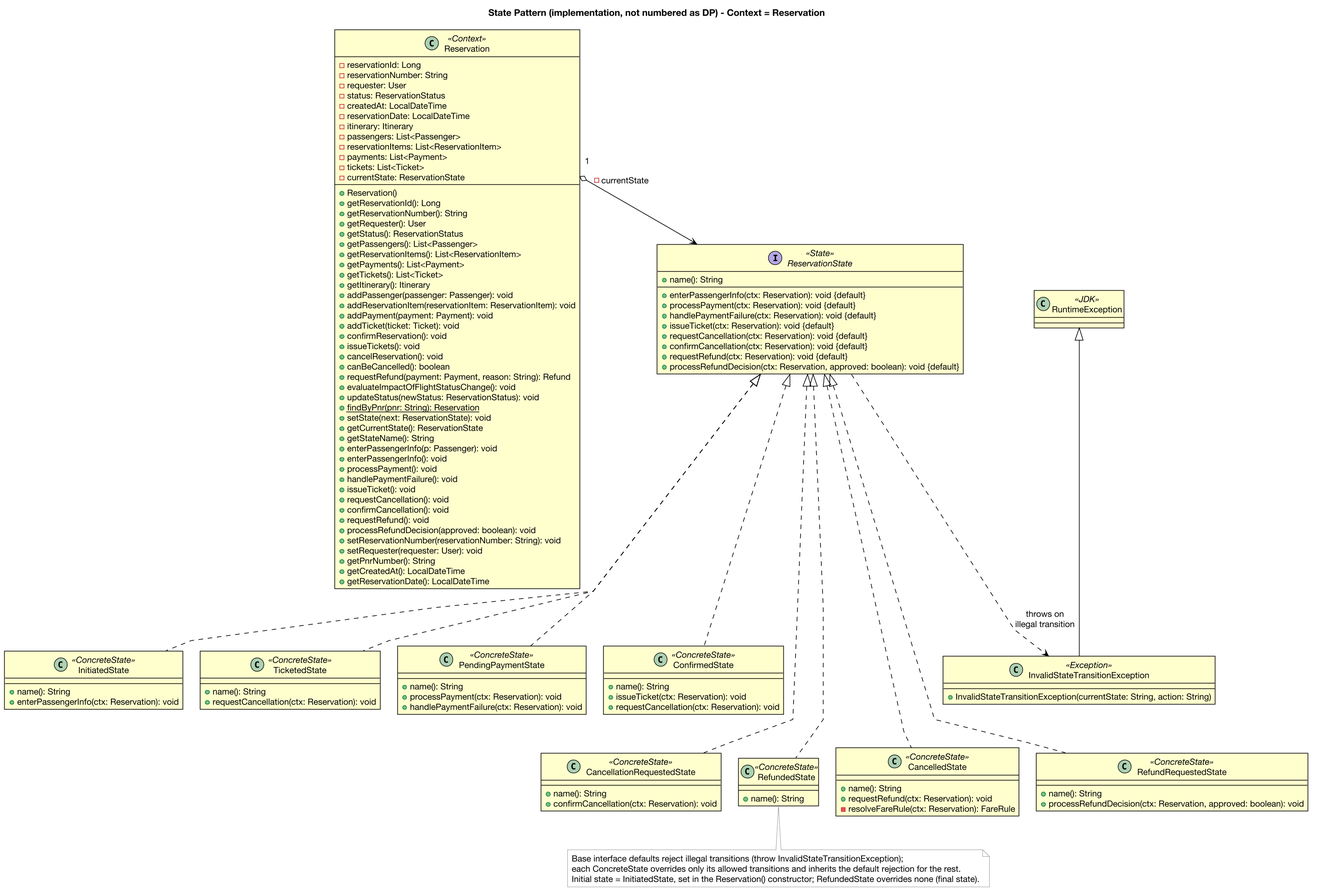
Above: docs/iteration-reports/iter4-deck-simple/assets/dg-state-impl.png in gimjungwook/KoreanAirReservationDomain (PlantUML), before the change. Its diagram source:
```plantuml
@startuml state-impl
skinparam backgroundColor #FFFFFF
skinparam shadowing false
skinparam roundcorner 0
skinparam linetype polyline
skinparam nodesep 26
skinparam ranksep 50
skinparam defaultFontName "Helvetica Neue"
skinparam defaultFontSize 13
skinparam dpi 150
skinparam class {
  BackgroundColor #FFFFCE
  BorderColor #000000
  BorderThickness 1
  ArrowColor #000000
  ArrowThickness 1
  FontColor #000000
  FontName "Helvetica Neue"
  AttributeFontColor #000000
  AttributeFontName "Helvetica Neue"
  StereotypeFontColor #000000
}
skinparam note {
  BackgroundColor #FFFFFF
  BorderColor #777777
  FontColor #000000
}

title State Pattern (implementation, not numbered as DP) - Context = Reservation

class Reservation <<Context>> {
  -reservationId: Long
  -reservationNumber: String
  -requester: User
  -status: ReservationStatus
  -createdAt: LocalDateTime
  -reservationDate: LocalDateTime
  -itinerary: Itinerary
  -passengers: List<Passenger>
  -reservationItems: List<ReservationItem>
  -payments: List<Payment>
  -tickets: List<Ticket>
  -currentState: ReservationState
  --
  +Reservation()
  +getReservationId(): Long
  +getReservationNumber(): String
  +getRequester(): User
  +getStatus(): ReservationStatus
  +getPassengers(): List<Passenger>
  +getReservationItems(): List<ReservationItem>
  +getPayments(): List<Payment>
  +getTickets(): List<Ticket>
  +getItinerary(): Itinerary
  +addPassenger(passenger: Passenger): void
  +addReservationItem(reservationItem: ReservationItem): void
  +addPayment(payment: Payment): void
  +addTicket(ticket: Ticket): void
  +confirmReservation(): void
  +issueTickets(): void
  +cancelReservation(): void
  +canBeCancelled(): boolean
  +requestRefund(payment: Payment, reason: String): Refund
  +evaluateImpactOfFlightStatusChange(): void
  +updateStatus(newStatus: ReservationStatus): void
  +findByPnr(pnr: String): Reservation {static}
  +setState(next: ReservationState): void
  +getCurrentState(): ReservationState
  +getStateName(): String
  +enterPassengerInfo(p: Passenger): void
  +enterPassengerInfo(): void
  +processPayment(): void
  +handlePaymentFailure(): void
  +issueTicket(): void
  +requestCancellation(): void
  +confirmCancellation(): void
  +requestRefund(): void
  +processRefundDecision(approved: boolean): void
  +setReservationNumber(reservationNumber: String): void
  +setRequester(requester: User): void
  +getPnrNumber(): String
  +getCreatedAt(): LocalDateTime
  +getReservationDate(): LocalDateTime
}

interface ReservationState <<State>> {
  +name(): String
  --
  +enterPassengerInfo(ctx: Reservation): void {default}
  +processPayment(ctx: Reservation): void {default}
  +handlePaymentFailure(ctx: Reservation): void {default}
  +issueTicket(ctx: Reservation): void {default}
  +requestCancellation(ctx: Reservation): void {default}
  +confirmCancellation(ctx: Reservation): void {default}
  +requestRefund(ctx: Reservation): void {default}
  +processRefundDecision(ctx: Reservation, approved: boolean): void {default}
}

class InvalidStateTransitionException <<Exception>> {
  +InvalidStateTransitionException(currentState: String, action: String)
}
class RuntimeException <<JDK>> {
}

together {
  class InitiatedState <<ConcreteState>> {
    +name(): String
    +enterPassengerInfo(ctx: Reservation): void
  }
  class PendingPaymentState <<ConcreteState>> {
    +name(): String
    +processPayment(ctx: Reservation): void
    +handlePaymentFailure(ctx: Reservation): void
  }
  class ConfirmedState <<ConcreteState>> {
    +name(): String
    +issueTicket(ctx: Reservation): void
    +requestCancellation(ctx: Reservation): void
  }
  class TicketedState <<ConcreteState>> {
    +name(): String
    +requestCancellation(ctx: Reservation): void
  }
}

together {
  class CancellationRequestedState <<ConcreteState>> {
    +name(): String
    +confirmCancellation(ctx: Reservation): void
  }
  class CancelledState <<ConcreteState>> {
    +name(): String
    +requestRefund(ctx: Reservation): void
    -resolveFareRule(ctx: Reservation): FareRule
  }
  class RefundRequestedState <<ConcreteState>> {
    +name(): String
    +processRefundDecision(ctx: Reservation, approved: boolean): void
  }
  class RefundedState <<ConcreteState>> {
    +name(): String
  }
}

Reservation::currentState "1" o-right-> ReservationState : -currentState

ReservationState ..> InvalidStateTransitionException : throws on\nillegal transition
RuntimeException <|-- InvalidStateTransitionException

ReservationState <|.. InitiatedState
ReservationState <|.. PendingPaymentState
ReservationState <|.. ConfirmedState
ReservationState <|.. TicketedState
ReservationState <|.. CancellationRequestedState
ReservationState <|.. CancelledState
ReservationState <|.. RefundRequestedState
ReservationState <|.. RefundedState

InitiatedState -[hidden]right- PendingPaymentState
PendingPaymentState -[hidden]right- ConfirmedState
ConfirmedState -[hidden]right- TicketedState
CancellationRequestedState -[hidden]right- CancelledState
CancelledState -[hidden]right- RefundRequestedState
RefundRequestedState -[hidden]right- RefundedState
InitiatedState -[hidden]down- CancellationRequestedState
TicketedState -[hidden]down- RefundedState

note bottom of RefundedState : Base interface defaults reject illegal transitions (throw InvalidStateTransitionException);\neach ConcreteState overrides only its allowed transitions and inherits the default rejection for the rest.\nInitial state = InitiatedState, set in the Reservation() constructor; RefundedState overrides none (final state).
@enduml
```
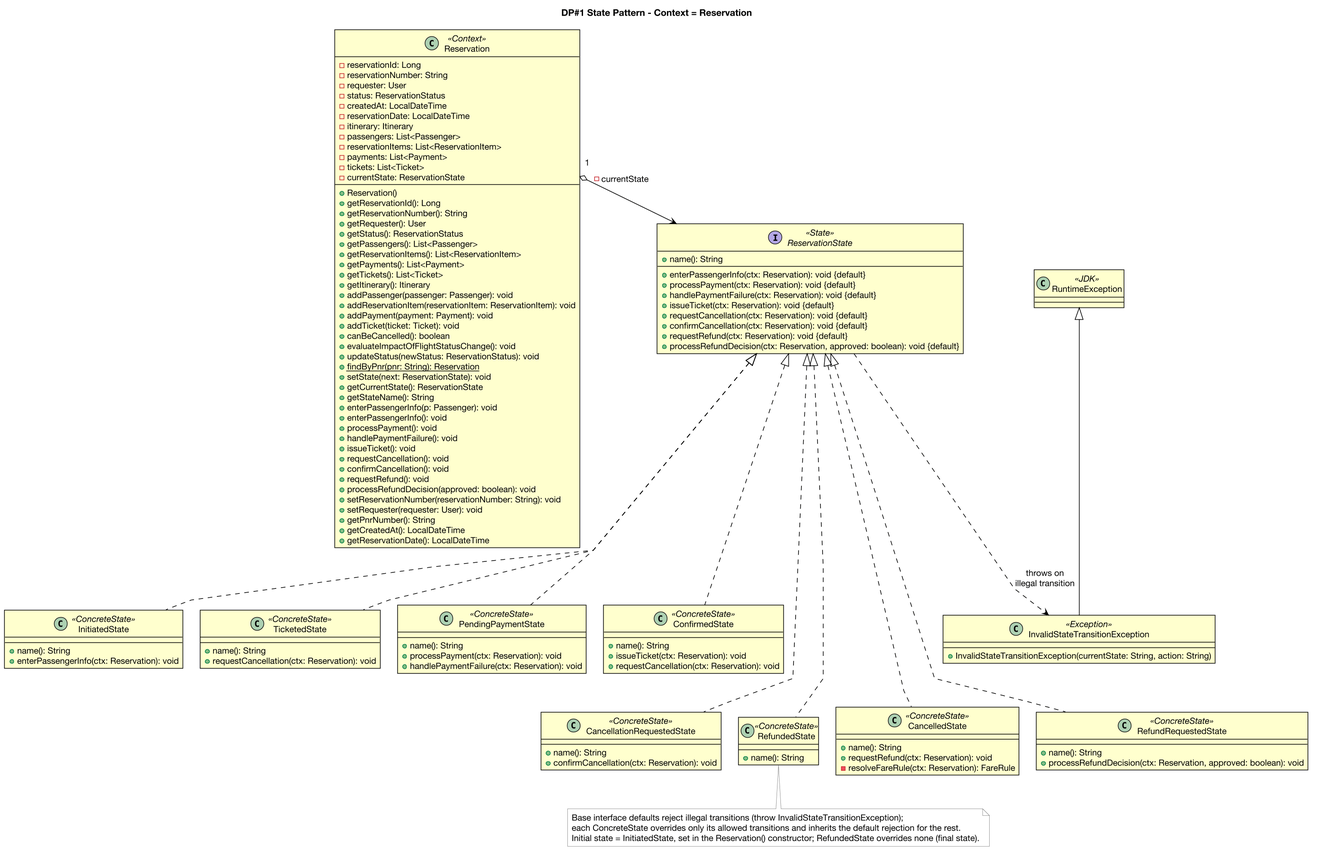
The same diagram one commit later.

Diff of the diagram source:
```diff
@@ -26,7 +26,7 @@
   FontColor #000000
 }
 
-title State Pattern (implementation, not numbered as DP) - Context = Reservation
+title DP#1 State Pattern - Context = Reservation
 
 class Reservation <<Context>> {
   -reservationId: Long
@@ -56,11 +56,7 @@
   +addReservationItem(reservationItem: ReservationItem): void
   +addPayment(payment: Payment): void
   +addTicket(ticket: Ticket): void
-  +confirmReservation(): void
-  +issueTickets(): void
-  +cancelReservation(): void
   +canBeCancelled(): boolean
-  +requestRefund(payment: Payment, reason: String): Refund
   +evaluateImpactOfFlightStatusChange(): void
   +updateStatus(newStatus: ReservationStatus): void
   +findByPnr(pnr: String): Reservation {static}
```
